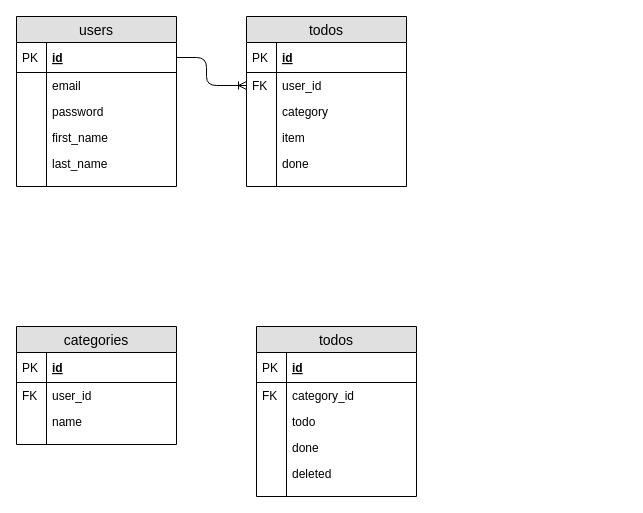
sydney-sisco/Smart-TODO-List keeps this draw.io diagram as docs/erd.drawio. Above is the earlier version. Source tidied: cells renumbered, new cells numbered last; positions are measured from the earlier drawing's top-left corner, leaving out a move shared by most shapes. Both pictures are drawn from the tidied source at 100%, with x=0, y=0 at pixel (16, 16).
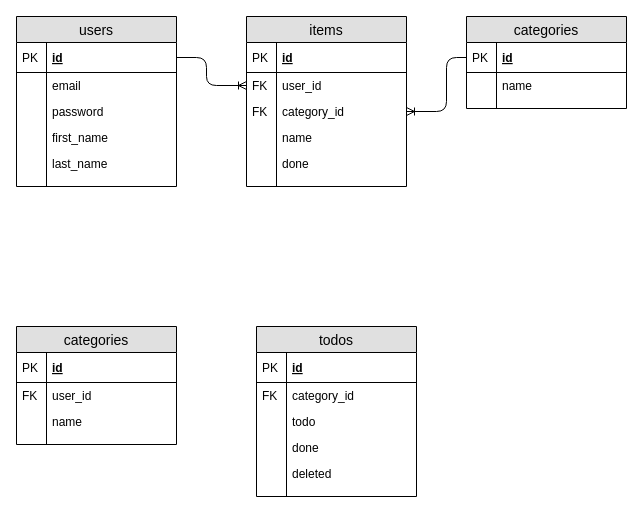
Above is the later version.

Change to the diagram source:
```diff
@@
-    <mxCell id="28" value="todos" style="swimlane;fontStyle=0;horizontal=1;startSize=26;fillColor=#e0e0e0;swimlaneFillColor=#ffffff;align=center;fontSize=14;" parent="1" vertex="1">
+    <mxCell id="28" value="items" style="swimlane;fontStyle=0;horizontal=1;startSize=26;fillColor=#e0e0e0;swimlaneFillColor=#ffffff;align=center;fontSize=14;" parent="1" vertex="1">
       <mxGeometry x="230" width="160" height="170" as="geometry" />
     </mxCell>
@@
-    <mxCell id="34" value="category" style="shape=partialRectangle;top=0;left=0;right=0;bottom=0;align=left;verticalAlign=top;fillColor=none;spacingLeft=34;spacingRight=4;overflow=hidden;points=[[0,0.5],[1,0.5]];portConstraint=eastwest;fontSize=12;" parent="28" vertex="1">
+    <mxCell id="34" value="category_id" style="shape=partialRectangle;top=0;left=0;right=0;bottom=0;align=left;verticalAlign=top;fillColor=none;spacingLeft=34;spacingRight=4;overflow=hidden;points=[[0,0.5],[1,0.5]];portConstraint=eastwest;fontSize=12;" parent="28" vertex="1">
       <mxGeometry y="82" width="160" height="26" as="geometry" />
     </mxCell>
-    <mxCell id="35" style="shape=partialRectangle;top=0;left=0;bottom=0;fillColor=none;align=left;verticalAlign=top;spacingLeft=4;spacingRight=4;overflow=hidden;fontSize=12;" parent="34" vertex="1">
+    <mxCell id="35" value="FK" style="shape=partialRectangle;top=0;left=0;bottom=0;fillColor=none;align=left;verticalAlign=top;spacingLeft=4;spacingRight=4;overflow=hidden;fontSize=12;" parent="34" vertex="1">
       <mxGeometry width="30" height="26" as="geometry" />
     </mxCell>
-    <mxCell id="36" value="item" style="shape=partialRectangle;top=0;left=0;right=0;bottom=0;align=left;verticalAlign=top;fillColor=none;spacingLeft=34;spacingRight=4;overflow=hidden;fontSize=12;" parent="28" vertex="1">
+    <mxCell id="36" value="name" style="shape=partialRectangle;top=0;left=0;right=0;bottom=0;align=left;verticalAlign=top;fillColor=none;spacingLeft=34;spacingRight=4;overflow=hidden;fontSize=12;" parent="28" vertex="1">
       <mxGeometry y="108" width="160" height="26" as="geometry" />
     </mxCell>
@@
+    <mxCell id="51" value="categories" style="swimlane;fontStyle=0;horizontal=1;startSize=26;fillColor=#e0e0e0;swimlaneFillColor=#ffffff;align=center;fontSize=14;" parent="1" vertex="1">
+      <mxGeometry x="450" width="160" height="92" as="geometry" />
+    </mxCell>
+    <mxCell id="52" value="id" style="shape=partialRectangle;top=0;left=0;right=0;bottom=1;align=left;verticalAlign=middle;fillColor=none;spacingLeft=34;spacingRight=4;overflow=hidden;fontStyle=5;fontSize=12;" parent="51" vertex="1">
+      <mxGeometry y="26" width="160" height="30" as="geometry" />
+    </mxCell>
+    <mxCell id="53" value="PK" style="shape=partialRectangle;top=0;left=0;bottom=0;fillColor=none;align=left;verticalAlign=middle;spacingLeft=4;spacingRight=4;overflow=hidden;fontSize=12;" parent="52" vertex="1">
+      <mxGeometry width="30" height="30" as="geometry" />
+    </mxCell>
+    <mxCell id="54" style="edgeStyle=orthogonalEdgeStyle;fontSize=12;html=1;endArrow=ERoneToMany;entryX=1;entryY=0.5;entryDx=0;entryDy=0;" parent="51" edge="1" target="34">
+      <mxGeometry relative="1" as="geometry">
+        <mxPoint y="41" as="sourcePoint" />
+        <Array as="points">
+          <mxPoint x="-20" y="41" />
+          <mxPoint x="-20" y="95" />
+        </Array>
+      </mxGeometry>
+    </mxCell>
+    <mxCell id="55" value="name" style="shape=partialRectangle;top=0;left=0;right=0;bottom=0;align=left;verticalAlign=top;fillColor=none;spacingLeft=34;spacingRight=4;overflow=hidden;fontSize=12;" parent="51" vertex="1">
+      <mxGeometry y="56" width="160" height="26" as="geometry" />
+    </mxCell>
+    <mxCell id="56" style="shape=partialRectangle;top=0;left=0;bottom=0;fillColor=none;align=left;verticalAlign=top;spacingLeft=4;spacingRight=4;overflow=hidden;fontSize=12;" parent="55" vertex="1">
+      <mxGeometry width="30" height="26" as="geometry" />
+    </mxCell>
+    <mxCell id="57" style="shape=partialRectangle;top=0;left=0;right=0;bottom=0;align=left;verticalAlign=top;fillColor=none;spacingLeft=34;spacingRight=4;overflow=hidden;fontSize=12;" parent="51" vertex="1">
+      <mxGeometry y="82" width="160" height="10" as="geometry" />
+    </mxCell>
+    <mxCell id="58" style="shape=partialRectangle;top=0;left=0;bottom=0;fillColor=none;align=left;verticalAlign=top;spacingLeft=4;spacingRight=4;overflow=hidden;fontSize=12;" parent="57" vertex="1">
+      <mxGeometry width="30" height="10" as="geometry" />
+    </mxCell>
```
